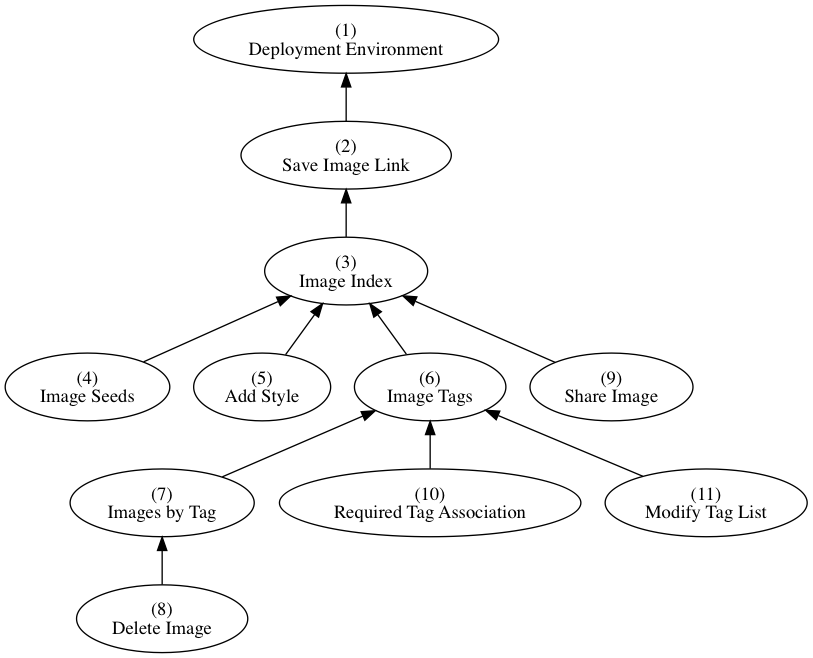
Above: dependencies.png in AppFolioOnboarding/tasks (Graphviz), before the change. Its source is kept beside it as dependencies.dot.
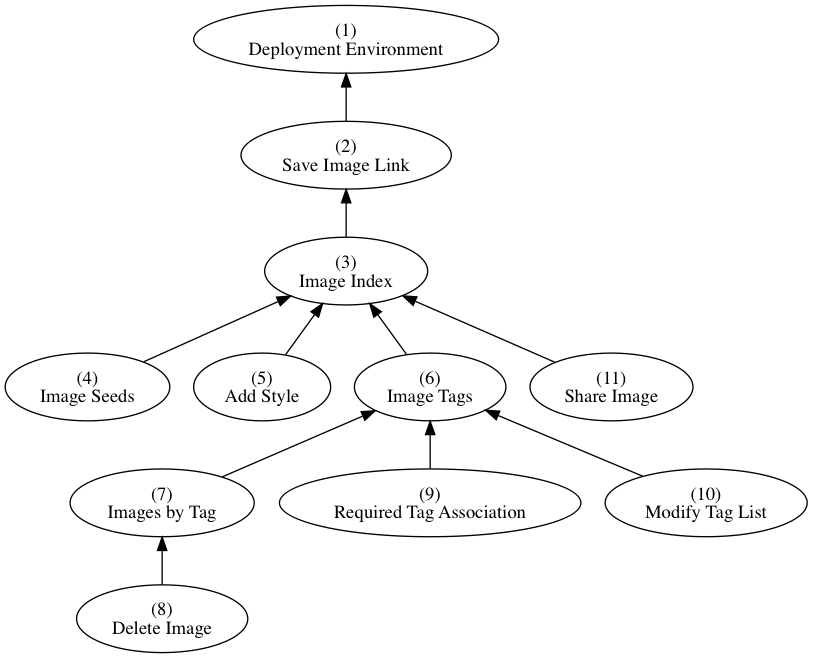
The same diagram one commit later.

Commit message:
Move share image as last issue

The edit, as a diff of the source:
```diff
@@ -9,9 +9,9 @@
   "Image Tags" [label="(6)\nImage Tags"]
   "Images by Tag" [label="(7)\nImages by Tag"]
   "Delete Image" [label="(8)\nDelete Image"]
-  "Share Image" [label="(9)\nShare Image"]
-  "Required Tag Association" [label="(10)\nRequired Tag Association"]
-  "Modify Tag List" [label="(11)\nModify Tag List"]
+  "Required Tag Association" [label="(9)\nRequired Tag Association"]
+  "Modify Tag List" [label="(10)\nModify Tag List"]
+  "Share Image" [label="(11)\nShare Image"]
 
   "Add Style" -> "Image Index"
   "Delete Image" -> "Images by Tag"
```
